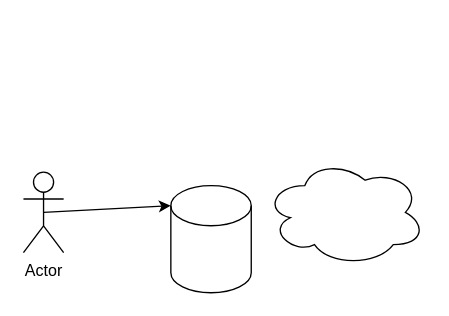
Above: test.drawio in jtuttas/moodle_gitlab (draw.io), before the change. Source tidied: cells renumbered, new cells numbered last; positions are measured from the earlier drawing's top-left corner, leaving out a move shared by most shapes. Both pictures are drawn from the tidied source at 134%, with x=0, y=0 at pixel (23, 158).
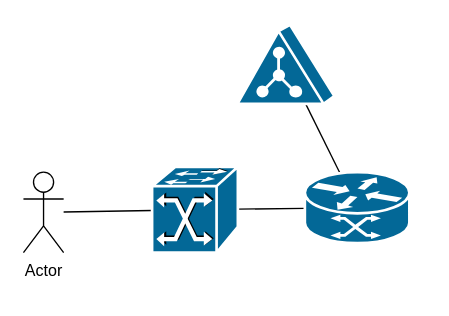
The same page after the edit.

Diff of the diagram source:
```diff
@@
 <mxGraphModel>
   <root>
     <mxCell id="0" />
     <mxCell id="1" parent="0" />
-    <mxCell id="2" style="shape=cylinder3;whiteSpace=wrap;html=1;boundedLbl=1;backgroundOutline=1;size=15;" parent="1" vertex="1">
-      <mxGeometry x="110" y="20" width="60" height="80" as="geometry" />
-    </mxCell>
-    <mxCell id="3" style="ellipse;shape=cloud;whiteSpace=wrap;html=1;" parent="1" vertex="1">
-      <mxGeometry x="180" width="120" height="80" as="geometry" />
-    </mxCell>
-    <mxCell id="4" style="edgeStyle=none;html=1;exitX=0.5;exitY=0.5;exitDx=0;exitDy=0;exitPerimeter=0;entryX=0;entryY=0;entryDx=0;entryDy=15;entryPerimeter=0;" parent="1" edge="1" source="5" target="2">
-      <mxGeometry relative="1" as="geometry" />
-    </mxCell>
     <mxCell id="5" value="Actor" style="shape=umlActor;verticalLabelPosition=bottom;verticalAlign=top;html=1;outlineConnect=0;" parent="1" vertex="1">
       <mxGeometry y="10" width="30" height="60" as="geometry" />
     </mxCell>
+    <mxCell id="6" style="edgeStyle=none;html=1;endArrow=none;endFill=0;" parent="1" edge="1" source="8" target="11">
+      <mxGeometry relative="1" as="geometry" />
+    </mxCell>
+    <mxCell id="7" style="edgeStyle=none;html=1;endArrow=none;endFill=0;" parent="1" edge="1" source="8" target="9">
+      <mxGeometry relative="1" as="geometry" />
+    </mxCell>
+    <mxCell id="8" style="shape=mxgraph.cisco.routers.atm_router;html=1;dashed=0;fillColor=#036897;strokeColor=#ffffff;strokeWidth=2;verticalLabelPosition=bottom;verticalAlign=top;align=center;outlineConnect=0;" parent="1" vertex="1">
+      <mxGeometry x="210" y="10" width="78" height="53" as="geometry" />
+    </mxCell>
+    <mxCell id="9" style="shape=mxgraph.cisco.servers.directory_server;html=1;dashed=0;fillColor=#036897;strokeColor=#ffffff;strokeWidth=2;verticalLabelPosition=bottom;verticalAlign=top;align=center;outlineConnect=0;" parent="1" vertex="1">
+      <mxGeometry x="160" y="-100" width="72" height="59" as="geometry" />
+    </mxCell>
+    <mxCell id="10" style="edgeStyle=none;html=1;endArrow=none;endFill=0;" parent="1" edge="1" source="11" target="5">
+      <mxGeometry relative="1" as="geometry" />
+    </mxCell>
+    <mxCell id="11" style="shape=mxgraph.cisco.switches.atm_fast_gigabit_etherswitch;html=1;dashed=0;fillColor=#036897;strokeColor=#ffffff;strokeWidth=2;verticalLabelPosition=bottom;verticalAlign=top;align=center;outlineConnect=0;" parent="1" vertex="1">
+      <mxGeometry x="96" y="6" width="64" height="64" as="geometry" />
+    </mxCell>
   </root>
 </mxGraphModel>
```
